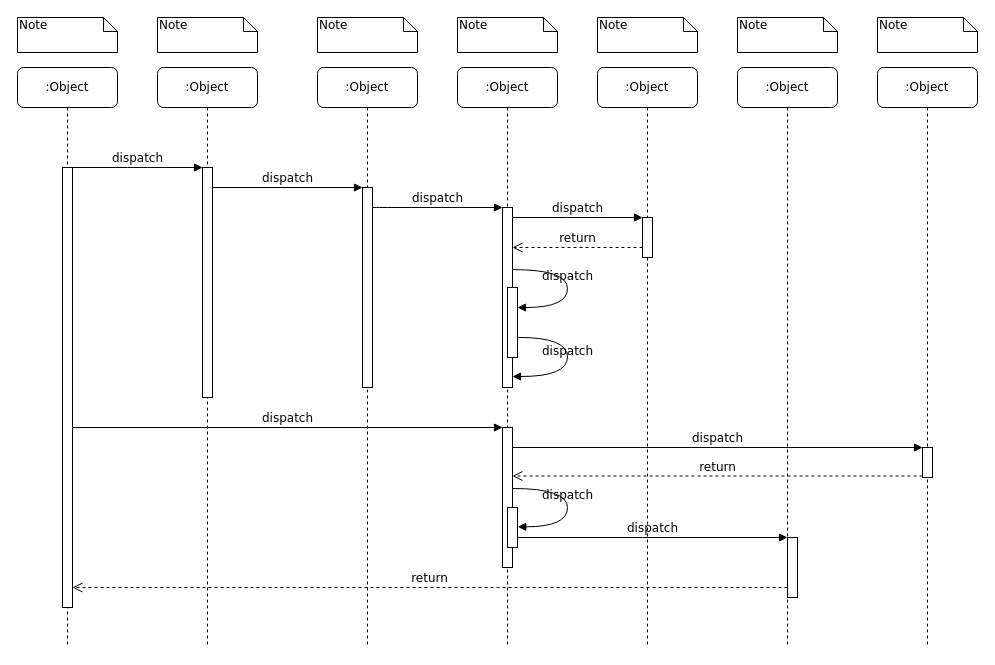
Above: lockservice.drawio in terryzhu/playground (draw.io), before the change. Source tidied: cells renumbered, new cells numbered last; positions are measured from the earlier drawing's top-left corner, leaving out a move shared by most shapes. Both pictures are drawn from the tidied source at 100%, with x=0, y=0 at pixel (17, 17).
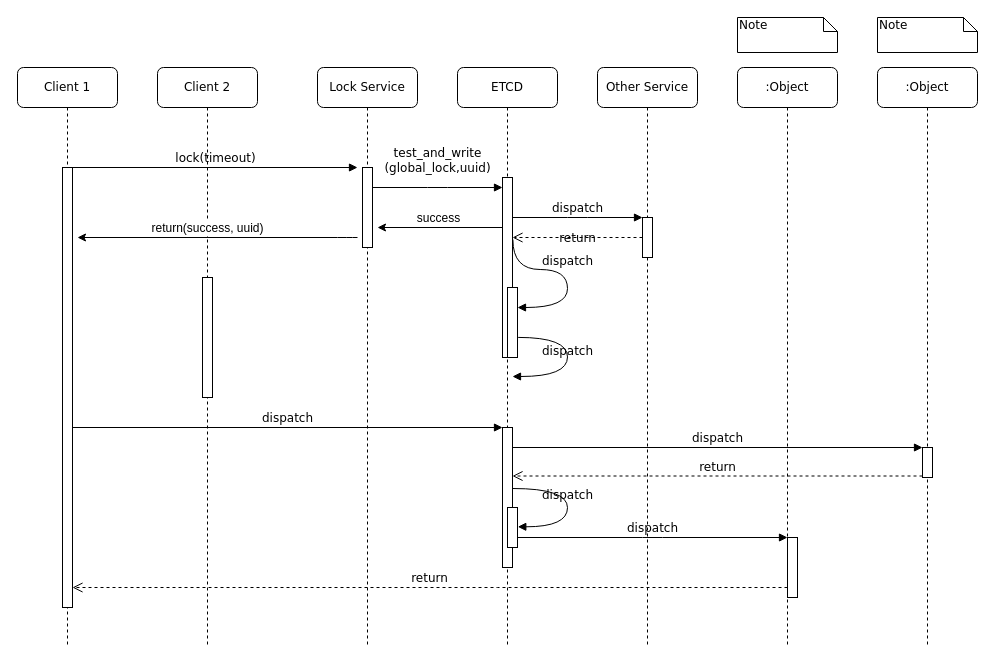
Above is the later version.

The change refers to these unchanged cells:
```xml
<mxCell id="11" style="html=1;points=[];perimeter=orthogonalPerimeter;rounded=0;shadow=0;comic=0;labelBackgroundColor=none;strokeWidth=1;fontFamily=Verdana;fontSize=12;align=center;" parent="10" vertex="1">
  <mxGeometry x="45" y="100" width="10" height="440" as="geometry" />
</mxCell>
<mxCell id="14" style="html=1;points=[];perimeter=orthogonalPerimeter;rounded=0;shadow=0;comic=0;labelBackgroundColor=none;strokeWidth=1;fontFamily=Verdana;fontSize=12;align=center;" parent="1" vertex="1">
  <mxGeometry x="625" y="200" width="10" height="40" as="geometry" />
</mxCell>
```

Change to the diagram source:
```diff
@@
-    <mxCell id="2" value=":Object" style="shape=umlLifeline;perimeter=lifelinePerimeter;whiteSpace=wrap;html=1;rounded=1;shadow=0;comic=0;labelBackgroundColor=none;strokeWidth=1;fontFamily=Verdana;fontSize=12;align=center;" parent="1" vertex="1">
+    <mxCell id="2" value="Client 2" style="shape=umlLifeline;perimeter=lifelinePerimeter;whiteSpace=wrap;html=1;rounded=1;shadow=0;comic=0;labelBackgroundColor=none;strokeWidth=1;fontFamily=Verdana;fontSize=12;align=center;" parent="1" vertex="1">
       <mxGeometry x="140" y="50" width="100" height="580" as="geometry" />
     </mxCell>
     <mxCell id="3" style="html=1;points=[];perimeter=orthogonalPerimeter;rounded=0;shadow=0;comic=0;labelBackgroundColor=none;strokeWidth=1;fontFamily=Verdana;fontSize=12;align=center;" parent="2" vertex="1">
-      <mxGeometry x="45" y="100" width="10" height="230" as="geometry" />
+      <mxGeometry x="45" y="210" width="10" height="120" as="geometry" />
     </mxCell>
-    <mxCell id="4" value=":Object" style="shape=umlLifeline;perimeter=lifelinePerimeter;whiteSpace=wrap;html=1;rounded=1;shadow=0;comic=0;labelBackgroundColor=none;strokeWidth=1;fontFamily=Verdana;fontSize=12;align=center;" parent="1" vertex="1">
+    <mxCell id="4" value="Lock Service" style="shape=umlLifeline;perimeter=lifelinePerimeter;whiteSpace=wrap;html=1;rounded=1;shadow=0;comic=0;labelBackgroundColor=none;strokeWidth=1;fontFamily=Verdana;fontSize=12;align=center;" parent="1" vertex="1">
       <mxGeometry x="300" y="50" width="100" height="580" as="geometry" />
     </mxCell>
     <mxCell id="5" style="html=1;points=[];perimeter=orthogonalPerimeter;rounded=0;shadow=0;comic=0;labelBackgroundColor=none;strokeWidth=1;fontFamily=Verdana;fontSize=12;align=center;" parent="4" vertex="1">
-      <mxGeometry x="45" y="120" width="10" height="200" as="geometry" />
+      <mxGeometry x="45" y="100" width="10" height="80" as="geometry" />
     </mxCell>
+    <mxCell id="39" style="endArrow=classic;html=1;" parent="4" edge="1">
+      <mxGeometry relative="1" as="geometry">
+        <mxPoint x="40" y="170" as="sourcePoint" />
+        <mxPoint x="-240" y="170" as="targetPoint" />
+        <Array as="points">
+          <mxPoint x="30" y="170" />
+        </Array>
+      </mxGeometry>
+    </mxCell>
+    <mxCell id="40" value="return(success, uuid)" style="text;html=1;align=center;verticalAlign=middle;labelBackgroundColor=#ffffff;" parent="39" vertex="1">
+      <mxGeometry x="-0.18" y="-4" relative="1" as="geometry">
+        <mxPoint x="-36" y="-6" as="offset" />
+      </mxGeometry>
+    </mxCell>
-    <mxCell id="6" value=":Object" style="shape=umlLifeline;perimeter=lifelinePerimeter;whiteSpace=wrap;html=1;rounded=1;shadow=0;comic=0;labelBackgroundColor=none;strokeWidth=1;fontFamily=Verdana;fontSize=12;align=center;" parent="1" vertex="1">
+    <mxCell id="6" value="ETCD" style="shape=umlLifeline;perimeter=lifelinePerimeter;whiteSpace=wrap;html=1;rounded=1;shadow=0;comic=0;labelBackgroundColor=none;strokeWidth=1;fontFamily=Verdana;fontSize=12;align=center;" parent="1" vertex="1">
       <mxGeometry x="440" y="50" width="100" height="580" as="geometry" />
     </mxCell>
+    <mxCell id="12" style="html=1;points=[];perimeter=orthogonalPerimeter;rounded=0;shadow=0;comic=0;labelBackgroundColor=none;strokeWidth=1;fontFamily=Verdana;fontSize=12;align=center;" parent="6" vertex="1">
+      <mxGeometry x="45" y="110" width="10" height="180" as="geometry" />
+    </mxCell>
-    <mxCell id="7" value=":Object" style="shape=umlLifeline;perimeter=lifelinePerimeter;whiteSpace=wrap;html=1;rounded=1;shadow=0;comic=0;labelBackgroundColor=none;strokeWidth=1;fontFamily=Verdana;fontSize=12;align=center;" parent="1" vertex="1">
+    <mxCell id="7" value="Other Service" style="shape=umlLifeline;perimeter=lifelinePerimeter;whiteSpace=wrap;html=1;rounded=1;shadow=0;comic=0;labelBackgroundColor=none;strokeWidth=1;fontFamily=Verdana;fontSize=12;align=center;" parent="1" vertex="1">
       <mxGeometry x="580" y="50" width="100" height="580" as="geometry" />
     </mxCell>
@@
-    <mxCell id="10" value=":Object" style="shape=umlLifeline;perimeter=lifelinePerimeter;whiteSpace=wrap;html=1;rounded=1;shadow=0;comic=0;labelBackgroundColor=none;strokeWidth=1;fontFamily=Verdana;fontSize=12;align=center;" parent="1" vertex="1">
+    <mxCell id="10" value="Client 1" style="shape=umlLifeline;perimeter=lifelinePerimeter;whiteSpace=wrap;html=1;rounded=1;shadow=0;comic=0;labelBackgroundColor=none;strokeWidth=1;fontFamily=Verdana;fontSize=12;align=center;" parent="1" vertex="1">
       <mxGeometry y="50" width="100" height="580" as="geometry" />
     </mxCell>
@@
-    <mxCell id="12" style="html=1;points=[];perimeter=orthogonalPerimeter;rounded=0;shadow=0;comic=0;labelBackgroundColor=none;strokeWidth=1;fontFamily=Verdana;fontSize=12;align=center;" parent="1" vertex="1">
-      <mxGeometry x="485" y="190" width="10" height="180" as="geometry" />
-    </mxCell>
-    <mxCell id="13" value="dispatch" style="html=1;verticalAlign=bottom;endArrow=block;labelBackgroundColor=none;fontFamily=Verdana;fontSize=12;edgeStyle=elbowEdgeStyle;elbow=vertical;" parent="1" edge="1" source="5" target="12">
-      <mxGeometry relative="1" as="geometry">
+    <mxCell id="13" value="test_and_write&lt;br&gt;(global_lock,uuid)" style="html=1;verticalAlign=bottom;endArrow=block;labelBackgroundColor=none;fontFamily=Verdana;fontSize=12;edgeStyle=elbowEdgeStyle;elbow=vertical;" parent="1" edge="1" source="5" target="12">
+      <mxGeometry y="10" relative="1" as="geometry">
         <Array as="points">
+          <mxPoint x="420" y="170" />
           <mxPoint x="360" y="190" />
         </Array>
       </mxGeometry>
     </mxCell>
@@
     <mxCell id="16" value="return" style="html=1;verticalAlign=bottom;endArrow=open;dashed=1;endSize=8;labelBackgroundColor=none;fontFamily=Verdana;fontSize=12;edgeStyle=elbowEdgeStyle;elbow=vertical;" parent="1" edge="1" source="14" target="12">
-      <mxGeometry relative="1" as="geometry">
+      <mxGeometry y="10" relative="1" as="geometry">
         <Array as="points">
+          <mxPoint x="495" y="220" />
           <mxPoint x="570" y="230" />
           <mxPoint x="600" y="230" />
         </Array>
       </mxGeometry>
     </mxCell>
@@
-    <mxCell id="25" value="dispatch" style="html=1;verticalAlign=bottom;endArrow=block;entryX=0;entryY=0;labelBackgroundColor=none;fontFamily=Verdana;fontSize=12;edgeStyle=elbowEdgeStyle;elbow=vertical;" parent="1" edge="1" source="11" target="3">
-      <mxGeometry relative="1" as="geometry" />
+    <mxCell id="25" value="lock(timeout)" style="html=1;verticalAlign=bottom;endArrow=block;labelBackgroundColor=none;fontFamily=Verdana;fontSize=12;edgeStyle=elbowEdgeStyle;elbow=vertical;" parent="1" edge="1" source="11">
+      <mxGeometry relative="1" as="geometry">
+        <mxPoint x="340" y="150" as="targetPoint" />
+      </mxGeometry>
     </mxCell>
-    <mxCell id="26" value="dispatch" style="html=1;verticalAlign=bottom;endArrow=block;entryX=0;entryY=0;labelBackgroundColor=none;fontFamily=Verdana;fontSize=12;edgeStyle=elbowEdgeStyle;elbow=vertical;" parent="1" edge="1" source="3" target="5">
-      <mxGeometry relative="1" as="geometry" />
-    </mxCell>
@@
-    <mxCell id="32" value="Note" style="shape=note;whiteSpace=wrap;html=1;size=14;verticalAlign=top;align=left;spacingTop=-6;rounded=0;shadow=0;comic=0;labelBackgroundColor=none;strokeWidth=1;fontFamily=Verdana;fontSize=12;" parent="1" vertex="1">
-      <mxGeometry width="100" height="35" as="geometry" />
-    </mxCell>
-    <mxCell id="33" value="Note" style="shape=note;whiteSpace=wrap;html=1;size=14;verticalAlign=top;align=left;spacingTop=-6;rounded=0;shadow=0;comic=0;labelBackgroundColor=none;strokeWidth=1;fontFamily=Verdana;fontSize=12;" parent="1" vertex="1">
-      <mxGeometry x="140" width="100" height="35" as="geometry" />
-    </mxCell>
-    <mxCell id="34" value="Note" style="shape=note;whiteSpace=wrap;html=1;size=14;verticalAlign=top;align=left;spacingTop=-6;rounded=0;shadow=0;comic=0;labelBackgroundColor=none;strokeWidth=1;fontFamily=Verdana;fontSize=12;" parent="1" vertex="1">
-      <mxGeometry x="300" width="100" height="35" as="geometry" />
-    </mxCell>
-    <mxCell id="35" value="Note" style="shape=note;whiteSpace=wrap;html=1;size=14;verticalAlign=top;align=left;spacingTop=-6;rounded=0;shadow=0;comic=0;labelBackgroundColor=none;strokeWidth=1;fontFamily=Verdana;fontSize=12;" parent="1" vertex="1">
-      <mxGeometry x="440" width="100" height="35" as="geometry" />
-    </mxCell>
-    <mxCell id="36" value="Note" style="shape=note;whiteSpace=wrap;html=1;size=14;verticalAlign=top;align=left;spacingTop=-6;rounded=0;shadow=0;comic=0;labelBackgroundColor=none;strokeWidth=1;fontFamily=Verdana;fontSize=12;" parent="1" vertex="1">
-      <mxGeometry x="580" width="100" height="35" as="geometry" />
-    </mxCell>
@@
+    <mxCell id="41" style="endArrow=classic;html=1;" parent="1" edge="1">
+      <mxGeometry relative="1" as="geometry">
+        <mxPoint x="485" y="210" as="sourcePoint" />
+        <mxPoint x="360" y="210" as="targetPoint" />
+      </mxGeometry>
+    </mxCell>
+    <mxCell id="42" value="success" style="text;html=1;align=center;verticalAlign=middle;labelBackgroundColor=#ffffff;" parent="41" vertex="1">
+      <mxGeometry x="0.35" y="-6" relative="1" as="geometry">
+        <mxPoint x="19" y="-4" as="offset" />
+      </mxGeometry>
+    </mxCell>
```
